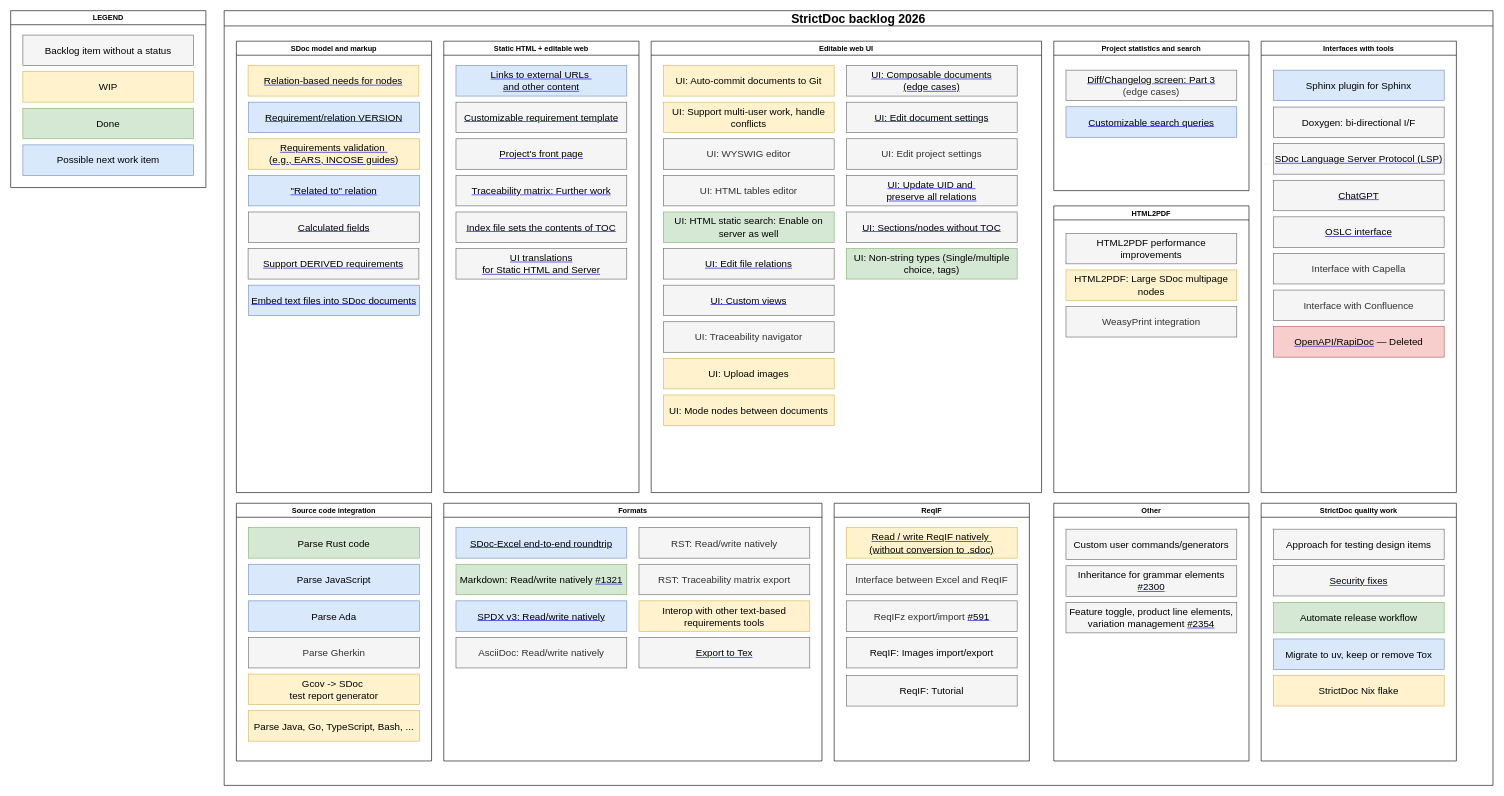
Above: page "Backlog — 2026" (1 of 2) of developer/drawio/Backlog.drawio in strictdoc-project/strictdoc (draw.io), before the change. Source tidied: cells renumbered, new cells numbered last; positions are measured from the earlier drawing's top-left corner, leaving out a move shared by most shapes. Both pictures are drawn from the tidied source at 61%, with x=0, y=0 at pixel (10, 10).
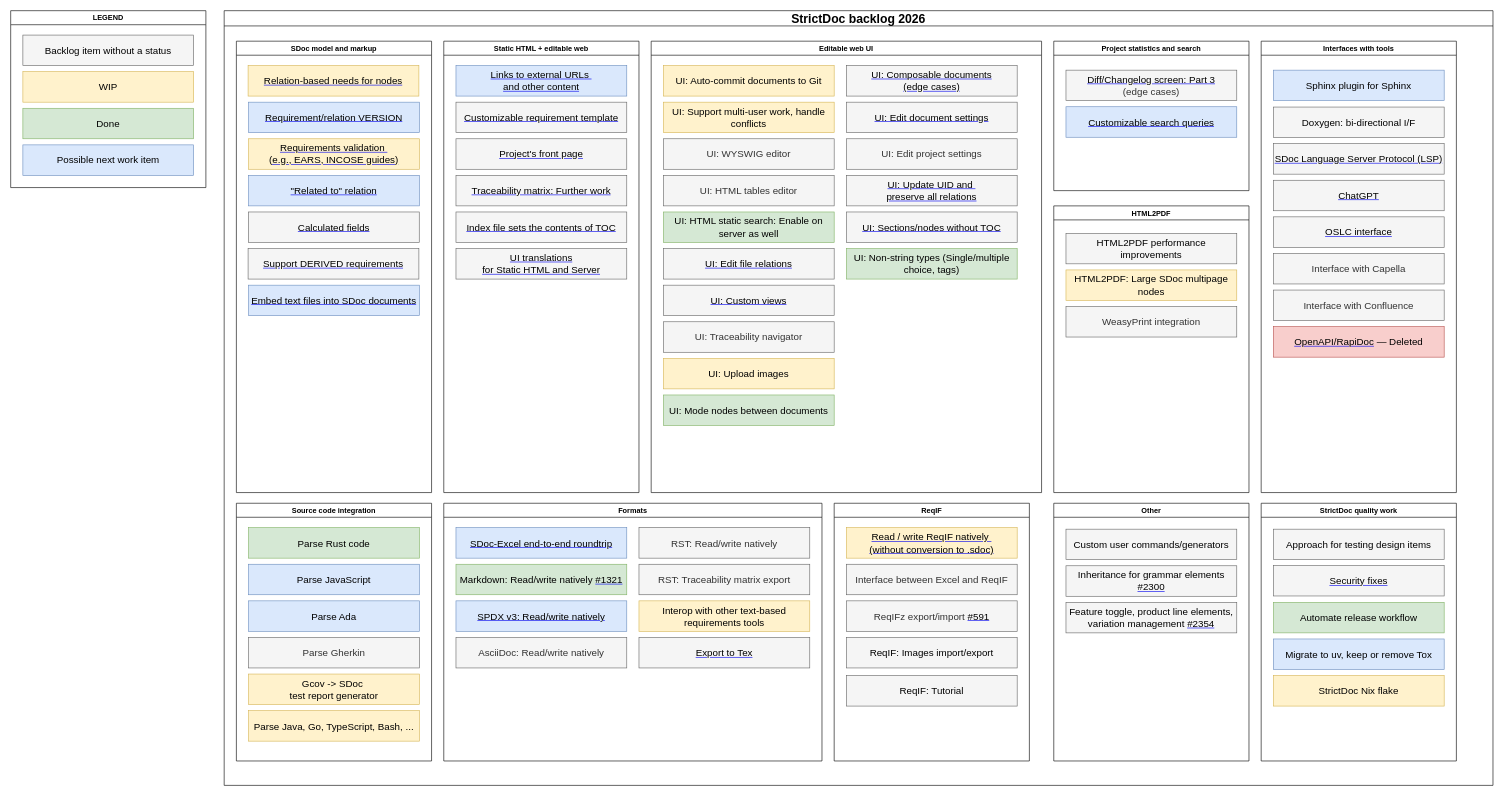
Above is the later version.

Commit message (it also covers changes not shown here):
docs: update roadmap and backlog

Unchanged cells that the change refers to:
```xml
<mxCell id="24" value="Editable web UI" style="swimlane;" parent="2" vertex="1">
  <mxGeometry x="700" y="50" width="640" height="740" as="geometry" />
</mxCell>
```

Diff of the diagram source:
```diff
@@
-    <mxCell id="40" value="UI: Mode nodes between documents" style="text;html=1;strokeColor=#d6b656;fillColor=#fff2cc;align=center;verticalAlign=middle;whiteSpace=wrap;rounded=0;fontStyle=0;fontSize=16;" parent="24" vertex="1">
+    <mxCell id="40" value="UI: Mode nodes between documents" style="text;html=1;strokeColor=#82b366;fillColor=#d5e8d4;align=center;verticalAlign=middle;whiteSpace=wrap;rounded=0;fontStyle=0;fontSize=16;" parent="24" vertex="1">
       <mxGeometry x="20" y="580" width="280" height="50" as="geometry" />
     </mxCell>
```
